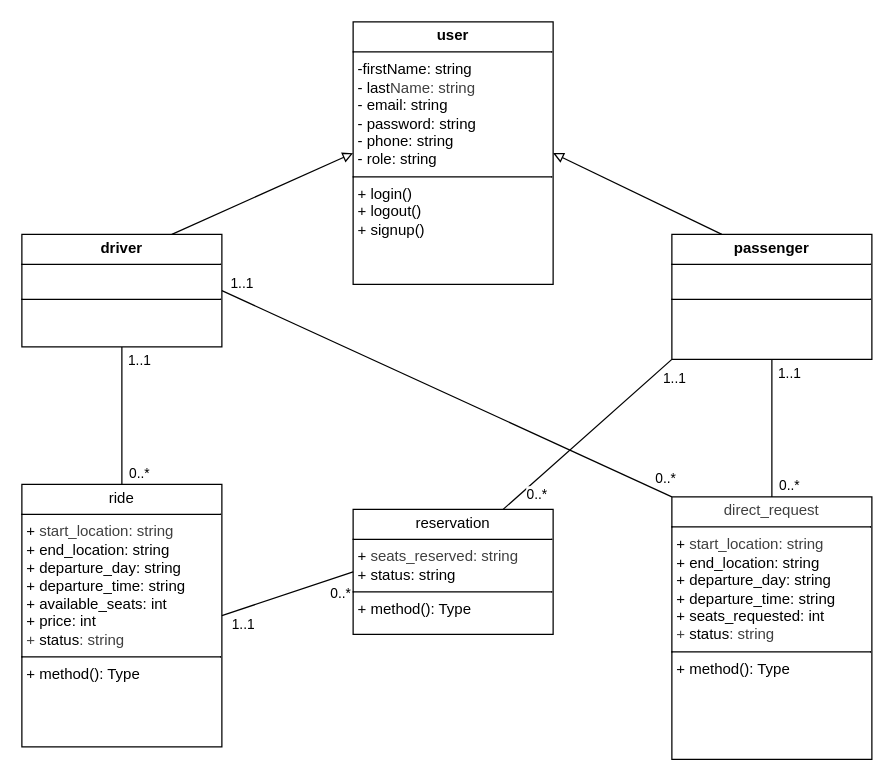
This is conception $ planification/Class-diagram.drawio from Abderrahman-Ahouari/MyTaxi, a draw.io file, before an edit. Source tidied: cells renumbered, new cells numbered last; positions are measured from the earlier drawing's top-left corner, leaving out a move shared by most shapes. Both pictures are drawn from the tidied source at 125%, with x=0, y=0 at pixel (21, 21).
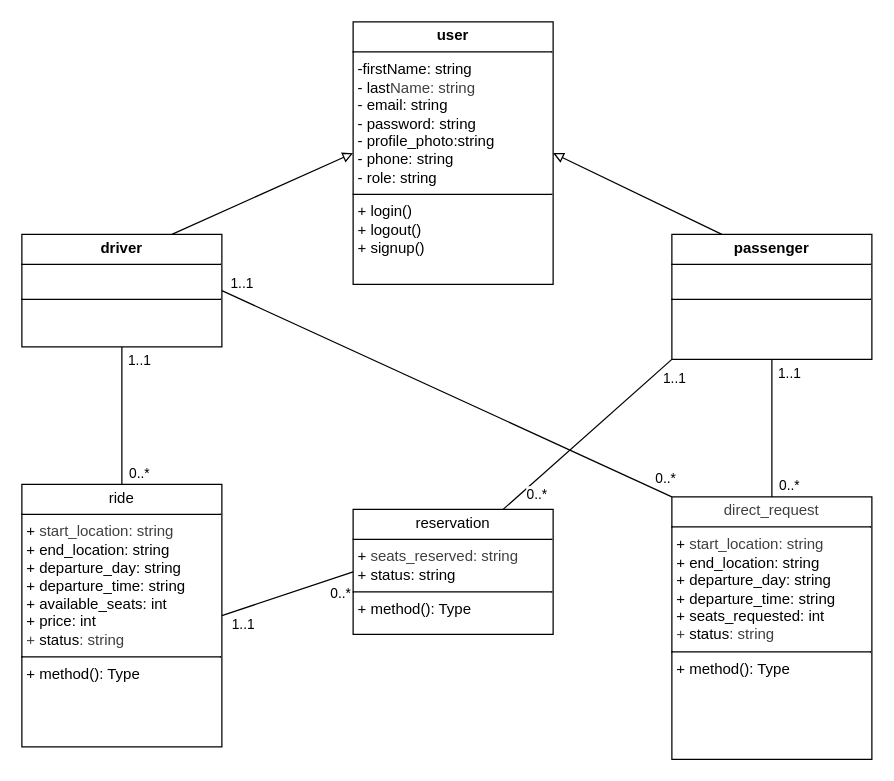
After the change.

Diff of the diagram source:
```diff
@@
-    <mxCell id="2" value="&lt;p style=&quot;margin:0px;margin-top:4px;text-align:center;&quot;&gt;&lt;b&gt;user&lt;/b&gt;&lt;/p&gt;&lt;hr size=&quot;1&quot; style=&quot;border-style:solid;&quot;&gt;&lt;p style=&quot;margin:0px;margin-left:4px;&quot;&gt;-firstName: string&lt;/p&gt;&lt;p style=&quot;margin:0px;margin-left:4px;&quot;&gt;- last&lt;span style=&quot;color: rgb(63, 63, 63); background-color: transparent;&quot;&gt;Name: string&lt;/span&gt;&lt;/p&gt;&lt;p style=&quot;margin:0px;margin-left:4px;&quot;&gt;- email: string&amp;nbsp;&lt;/p&gt;&lt;p style=&quot;margin:0px;margin-left:4px;&quot;&gt;- password: string&amp;nbsp;&lt;/p&gt;&lt;p style=&quot;margin:0px;margin-left:4px;&quot;&gt;- phone: string&amp;nbsp;&lt;/p&gt;&lt;p style=&quot;margin:0px;margin-left:4px;&quot;&gt;- role: string&amp;nbsp;&lt;/p&gt;&lt;hr size=&quot;1&quot; style=&quot;border-style:solid;&quot;&gt;&lt;p style=&quot;margin:0px;margin-left:4px;&quot;&gt;+ login()&lt;/p&gt;&lt;p style=&quot;margin:0px;margin-left:4px;&quot;&gt;+ logout()&lt;/p&gt;&lt;p style=&quot;margin:0px;margin-left:4px;&quot;&gt;+ signup()&lt;/p&gt;" style="verticalAlign=top;align=left;overflow=fill;html=1;whiteSpace=wrap;" parent="1" vertex="1">
+    <mxCell id="2" value="&lt;p style=&quot;margin:0px;margin-top:4px;text-align:center;&quot;&gt;&lt;b&gt;user&lt;/b&gt;&lt;/p&gt;&lt;hr size=&quot;1&quot; style=&quot;border-style:solid;&quot;&gt;&lt;p style=&quot;margin:0px;margin-left:4px;&quot;&gt;-firstName: string&lt;/p&gt;&lt;p style=&quot;margin:0px;margin-left:4px;&quot;&gt;- last&lt;span style=&quot;color: rgb(63, 63, 63); background-color: transparent;&quot;&gt;Name: string&lt;/span&gt;&lt;/p&gt;&lt;p style=&quot;margin:0px;margin-left:4px;&quot;&gt;- email: string&amp;nbsp;&lt;/p&gt;&lt;p style=&quot;margin:0px;margin-left:4px;&quot;&gt;- password: string&lt;/p&gt;&lt;p style=&quot;margin:0px;margin-left:4px;&quot;&gt;- profile_photo:string&amp;nbsp;&amp;nbsp;&lt;/p&gt;&lt;p style=&quot;margin:0px;margin-left:4px;&quot;&gt;- phone: string&amp;nbsp;&lt;/p&gt;&lt;p style=&quot;margin:0px;margin-left:4px;&quot;&gt;- role: string&amp;nbsp;&lt;/p&gt;&lt;hr size=&quot;1&quot; style=&quot;border-style:solid;&quot;&gt;&lt;p style=&quot;margin:0px;margin-left:4px;&quot;&gt;+ login()&lt;/p&gt;&lt;p style=&quot;margin:0px;margin-left:4px;&quot;&gt;+ logout()&lt;/p&gt;&lt;p style=&quot;margin:0px;margin-left:4px;&quot;&gt;+ signup()&lt;/p&gt;" style="verticalAlign=top;align=left;overflow=fill;html=1;whiteSpace=wrap;" parent="1" vertex="1">
       <mxGeometry x="265" width="160" height="210" as="geometry" />
     </mxCell>
```
